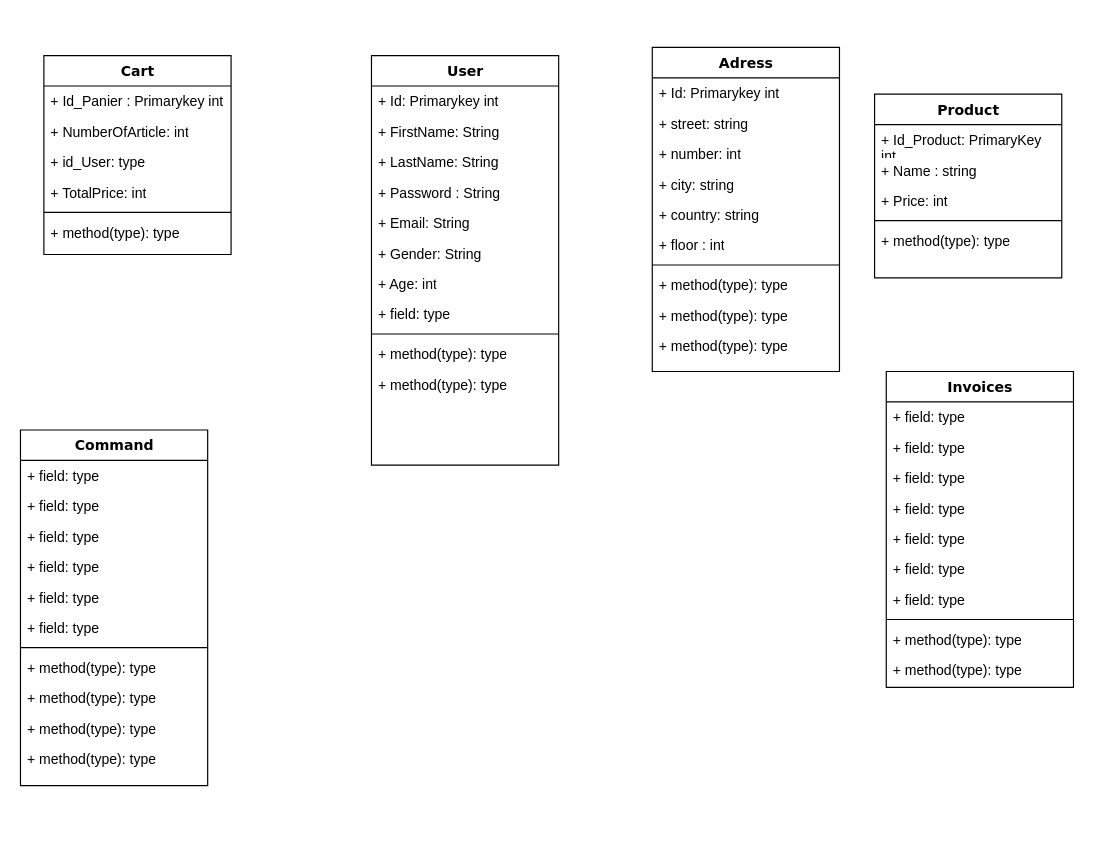
Before: Test2.drawio in aless124/e-commerce-SQL, a draw.io diagram. Source tidied: cells renumbered, new cells numbered last; positions are measured from the earlier drawing's top-left corner, leaving out a move shared by most shapes. Both pictures are drawn from the tidied source at 117%, with x=0, y=0 at pixel (20, 47).
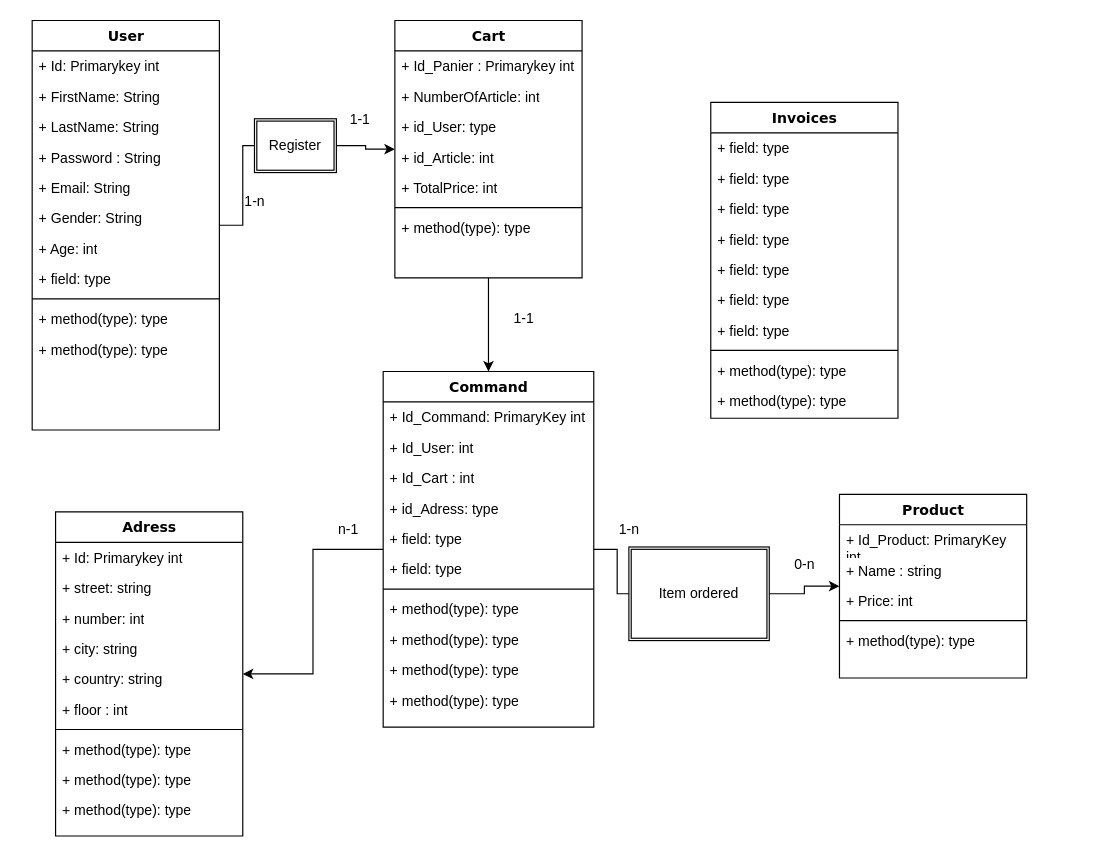
The same diagram, later.

Commit message (it also covers changes not shown here):
Mettre à jour Test2.drawio

Diff of the diagram source:
```diff
@@
+    <mxCell id="61" style="edgeStyle=orthogonalEdgeStyle;rounded=0;jettySize=auto;html=1;entryX=0;entryY=0.5;entryDx=0;entryDy=0;startArrow=none;" parent="1" edge="1" source="67" target="31">
+      <mxGeometry relative="1" as="geometry" />
+    </mxCell>
     <mxCell id="2" value="User" style="swimlane;html=1;fontStyle=1;align=center;verticalAlign=top;horizontal=1;startSize=26;swimlaneFillColor=#ffffff;rounded=0;shadow=0;comic=0;labelBackgroundColor=none;strokeWidth=1;fillColor=none;fontFamily=Verdana;fontSize=12;" parent="1" vertex="1">
-      <mxGeometry x="300" y="7" width="160" height="350" as="geometry" />
+      <mxGeometry x="10" y="-23" width="160" height="350" as="geometry" />
     </mxCell>
@@
     <mxCell id="14" value="Adress" style="swimlane;html=1;fontStyle=1;align=center;verticalAlign=top;horizontal=1;startSize=26;swimlaneFillColor=#ffffff;rounded=0;shadow=0;comic=0;labelBackgroundColor=none;strokeWidth=1;fillColor=none;fontFamily=Verdana;fontSize=12;" parent="1" vertex="1">
-      <mxGeometry x="540" width="160" height="277" as="geometry" />
+      <mxGeometry x="30" y="397" width="160" height="277" as="geometry" />
     </mxCell>
@@
     <mxCell id="25" value="Product" style="swimlane;html=1;fontStyle=1;align=center;verticalAlign=top;horizontal=1;startSize=26;swimlaneFillColor=#ffffff;rounded=0;shadow=0;comic=0;labelBackgroundColor=none;strokeWidth=1;fillColor=none;fontFamily=Verdana;fontSize=12;" parent="1" vertex="1">
-      <mxGeometry x="730" y="40" width="160" height="157" as="geometry" />
+      <mxGeometry x="700" y="382" width="160" height="157" as="geometry" />
     </mxCell>
@@
+    <mxCell id="62" style="edgeStyle=orthogonalEdgeStyle;rounded=0;jettySize=auto;html=1;" parent="1" edge="1" source="31" target="38">
+      <mxGeometry relative="1" as="geometry" />
+    </mxCell>
     <mxCell id="31" value="Cart" style="swimlane;html=1;fontStyle=1;align=center;verticalAlign=top;horizontal=1;startSize=26;swimlaneFillColor=#ffffff;rounded=0;shadow=0;comic=0;labelBackgroundColor=none;strokeWidth=1;fillColor=none;fontFamily=Verdana;fontSize=12;" parent="1" vertex="1">
-      <mxGeometry x="20" y="7" width="160" height="170" as="geometry" />
+      <mxGeometry x="320" y="-23" width="160" height="220" as="geometry" />
     </mxCell>
@@
+    <mxCell id="63" value="+ id_Article: int" style="text;html=1;strokeColor=none;fillColor=none;align=left;verticalAlign=top;spacingLeft=4;spacingRight=4;whiteSpace=wrap;overflow=hidden;" parent="31" vertex="1">
+      <mxGeometry y="104" width="160" height="26" as="geometry" />
+    </mxCell>
     <mxCell id="35" value="+ TotalPrice: int" style="text;html=1;strokeColor=none;fillColor=none;align=left;verticalAlign=top;spacingLeft=4;spacingRight=4;whiteSpace=wrap;overflow=hidden;" parent="31" vertex="1">
-      <mxGeometry y="104" width="160" height="26" as="geometry" />
+      <mxGeometry y="130" width="160" height="26" as="geometry" />
     </mxCell>
     <mxCell id="36" style="line;html=1;strokeWidth=1;fillColor=none;align=left;verticalAlign=middle;spacingTop=-1;spacingLeft=3;spacingRight=3;labelPosition=right;" parent="31" vertex="1">
-      <mxGeometry y="130" width="160" height="8" as="geometry" />
+      <mxGeometry y="156" width="160" height="8" as="geometry" />
     </mxCell>
     <mxCell id="37" value="+ method(type): type" style="text;html=1;strokeColor=none;fillColor=none;align=left;verticalAlign=top;spacingLeft=4;spacingRight=4;whiteSpace=wrap;overflow=hidden;" parent="31" vertex="1">
-      <mxGeometry y="138" width="160" height="26" as="geometry" />
+      <mxGeometry y="164" width="160" height="26" as="geometry" />
     </mxCell>
+    <mxCell id="64" style="edgeStyle=orthogonalEdgeStyle;rounded=0;jettySize=auto;html=1;startArrow=none;" parent="1" edge="1" source="73" target="25">
+      <mxGeometry relative="1" as="geometry" />
+    </mxCell>
+    <mxCell id="65" style="edgeStyle=orthogonalEdgeStyle;rounded=0;jettySize=auto;html=1;" parent="1" edge="1" source="38" target="14">
+      <mxGeometry relative="1" as="geometry" />
+    </mxCell>
     <mxCell id="38" value="Command" style="swimlane;html=1;fontStyle=1;align=center;verticalAlign=top;horizontal=1;startSize=26;swimlaneFillColor=#ffffff;rounded=0;shadow=0;comic=0;labelBackgroundColor=none;strokeWidth=1;fillColor=none;fontFamily=Verdana;fontSize=12;" parent="1" vertex="1">
-      <mxGeometry y="327" width="160" height="304" as="geometry" />
+      <mxGeometry x="310" y="277" width="180" height="304" as="geometry" />
     </mxCell>
-    <mxCell id="39" value="+ field: type" style="text;html=1;strokeColor=none;fillColor=none;align=left;verticalAlign=top;spacingLeft=4;spacingRight=4;whiteSpace=wrap;overflow=hidden;" parent="38" vertex="1">
-      <mxGeometry y="26" width="160" height="26" as="geometry" />
+    <mxCell id="39" value="+ Id_Command: PrimaryKey int" style="text;html=1;strokeColor=none;fillColor=none;align=left;verticalAlign=top;spacingLeft=4;spacingRight=4;whiteSpace=wrap;overflow=hidden;" parent="38" vertex="1">
+      <mxGeometry y="26" width="180" height="26" as="geometry" />
     </mxCell>
-    <mxCell id="40" value="+ field: type" style="text;html=1;strokeColor=none;fillColor=none;align=left;verticalAlign=top;spacingLeft=4;spacingRight=4;whiteSpace=wrap;overflow=hidden;" parent="38" vertex="1">
-      <mxGeometry y="52" width="160" height="26" as="geometry" />
+    <mxCell id="40" value="+ Id_User: int" style="text;html=1;strokeColor=none;fillColor=none;align=left;verticalAlign=top;spacingLeft=4;spacingRight=4;whiteSpace=wrap;overflow=hidden;" parent="38" vertex="1">
+      <mxGeometry y="52" width="180" height="26" as="geometry" />
     </mxCell>
-    <mxCell id="41" value="+ field: type" style="text;html=1;strokeColor=none;fillColor=none;align=left;verticalAlign=top;spacingLeft=4;spacingRight=4;whiteSpace=wrap;overflow=hidden;" parent="38" vertex="1">
-      <mxGeometry y="78" width="160" height="26" as="geometry" />
+    <mxCell id="41" value="+ Id_Cart : int" style="text;html=1;strokeColor=none;fillColor=none;align=left;verticalAlign=top;spacingLeft=4;spacingRight=4;whiteSpace=wrap;overflow=hidden;" parent="38" vertex="1">
+      <mxGeometry y="78" width="180" height="26" as="geometry" />
     </mxCell>
-    <mxCell id="42" value="+ field: type" style="text;html=1;strokeColor=none;fillColor=none;align=left;verticalAlign=top;spacingLeft=4;spacingRight=4;whiteSpace=wrap;overflow=hidden;" parent="38" vertex="1">
-      <mxGeometry y="104" width="160" height="26" as="geometry" />
+    <mxCell id="42" value="+ id_Adress: type" style="text;html=1;strokeColor=none;fillColor=none;align=left;verticalAlign=top;spacingLeft=4;spacingRight=4;whiteSpace=wrap;overflow=hidden;" parent="38" vertex="1">
+      <mxGeometry y="104" width="180" height="26" as="geometry" />
     </mxCell>
     <mxCell id="43" value="+ field: type" style="text;html=1;strokeColor=none;fillColor=none;align=left;verticalAlign=top;spacingLeft=4;spacingRight=4;whiteSpace=wrap;overflow=hidden;" parent="38" vertex="1">
-      <mxGeometry y="130" width="160" height="26" as="geometry" />
+      <mxGeometry y="130" width="180" height="26" as="geometry" />
     </mxCell>
     <mxCell id="44" value="+ field: type" style="text;html=1;strokeColor=none;fillColor=none;align=left;verticalAlign=top;spacingLeft=4;spacingRight=4;whiteSpace=wrap;overflow=hidden;" parent="38" vertex="1">
-      <mxGeometry y="156" width="160" height="26" as="geometry" />
+      <mxGeometry y="156" width="180" height="26" as="geometry" />
     </mxCell>
     <mxCell id="45" style="line;html=1;strokeWidth=1;fillColor=none;align=left;verticalAlign=middle;spacingTop=-1;spacingLeft=3;spacingRight=3;labelPosition=right;" parent="38" vertex="1">
-      <mxGeometry y="182" width="160" height="8" as="geometry" />
+      <mxGeometry y="182" width="180" height="8" as="geometry" />
     </mxCell>
     <mxCell id="46" value="+ method(type): type" style="text;html=1;strokeColor=none;fillColor=none;align=left;verticalAlign=top;spacingLeft=4;spacingRight=4;whiteSpace=wrap;overflow=hidden;" parent="38" vertex="1">
-      <mxGeometry y="190" width="160" height="26" as="geometry" />
+      <mxGeometry y="190" width="180" height="26" as="geometry" />
     </mxCell>
     <mxCell id="47" value="+ method(type): type" style="text;html=1;strokeColor=none;fillColor=none;align=left;verticalAlign=top;spacingLeft=4;spacingRight=4;whiteSpace=wrap;overflow=hidden;" parent="38" vertex="1">
-      <mxGeometry y="216" width="160" height="26" as="geometry" />
+      <mxGeometry y="216" width="180" height="26" as="geometry" />
     </mxCell>
     <mxCell id="48" value="+ method(type): type" style="text;html=1;strokeColor=none;fillColor=none;align=left;verticalAlign=top;spacingLeft=4;spacingRight=4;whiteSpace=wrap;overflow=hidden;" parent="38" vertex="1">
-      <mxGeometry y="242" width="160" height="26" as="geometry" />
+      <mxGeometry y="242" width="180" height="26" as="geometry" />
     </mxCell>
     <mxCell id="49" value="+ method(type): type" style="text;html=1;strokeColor=none;fillColor=none;align=left;verticalAlign=top;spacingLeft=4;spacingRight=4;whiteSpace=wrap;overflow=hidden;" parent="38" vertex="1">
-      <mxGeometry y="268" width="160" height="26" as="geometry" />
+      <mxGeometry y="268" width="180" height="26" as="geometry" />
     </mxCell>
     <mxCell id="50" value="Invoices" style="swimlane;html=1;fontStyle=1;align=center;verticalAlign=top;horizontal=1;startSize=26;swimlaneFillColor=#ffffff;rounded=0;shadow=0;comic=0;labelBackgroundColor=none;strokeWidth=1;fillColor=none;fontFamily=Verdana;fontSize=12;" parent="1" vertex="1">
-      <mxGeometry x="740" y="277" width="160" height="270" as="geometry" />
+      <mxGeometry x="590" y="47" width="160" height="270" as="geometry" />
     </mxCell>
@@
+    <mxCell id="66" value="1-n" style="text;html=1;align=center;verticalAlign=middle;fillColor=none;strokeColor=none;rounded=0;" parent="1" vertex="1">
+      <mxGeometry x="180" y="117" width="40" height="30" as="geometry" />
+    </mxCell>
+    <mxCell id="67" value="Register" style="shape=ext;double=1;rounded=0;whiteSpace=wrap;html=1;" parent="1" vertex="1">
+      <mxGeometry x="200" y="61" width="70" height="46" as="geometry" />
+    </mxCell>
+    <mxCell id="68" style="edgeStyle=orthogonalEdgeStyle;rounded=0;jettySize=auto;html=1;entryX=0;entryY=0.5;entryDx=0;entryDy=0;endArrow=none;" parent="1" edge="1" source="2" target="67">
+      <mxGeometry relative="1" as="geometry" />
+    </mxCell>
+    <mxCell id="69" value="1-1" style="text;html=1;align=center;verticalAlign=middle;fillColor=none;strokeColor=none;rounded=0;" parent="1" vertex="1">
+      <mxGeometry x="270" y="47" width="40" height="30" as="geometry" />
+    </mxCell>
+    <mxCell id="70" value="1-1" style="text;html=1;align=center;verticalAlign=middle;fillColor=none;strokeColor=none;rounded=0;" parent="1" vertex="1">
+      <mxGeometry x="410" y="217" width="40" height="30" as="geometry" />
+    </mxCell>
+    <mxCell id="71" value="n-1" style="text;html=1;align=center;verticalAlign=middle;fillColor=none;strokeColor=none;rounded=0;" parent="1" vertex="1">
+      <mxGeometry x="260" y="397" width="40" height="30" as="geometry" />
+    </mxCell>
+    <mxCell id="72" value="1-n" style="text;html=1;align=center;verticalAlign=middle;fillColor=none;strokeColor=none;rounded=0;" parent="1" vertex="1">
+      <mxGeometry x="500" y="397" width="40" height="30" as="geometry" />
+    </mxCell>
+    <mxCell id="73" value="Item ordered" style="shape=ext;double=1;rounded=0;whiteSpace=wrap;html=1;" parent="1" vertex="1">
+      <mxGeometry x="520" y="427" width="120" height="80" as="geometry" />
+    </mxCell>
+    <mxCell id="74" style="edgeStyle=orthogonalEdgeStyle;rounded=0;jettySize=auto;html=1;endArrow=none;" parent="1" edge="1" source="38" target="73">
+      <mxGeometry relative="1" as="geometry" />
+    </mxCell>
+    <mxCell id="75" value="0-n" style="text;html=1;align=center;verticalAlign=middle;fillColor=none;strokeColor=none;rounded=0;" parent="1" vertex="1">
+      <mxGeometry x="650" y="427" width="40" height="30" as="geometry" />
+    </mxCell>
```
